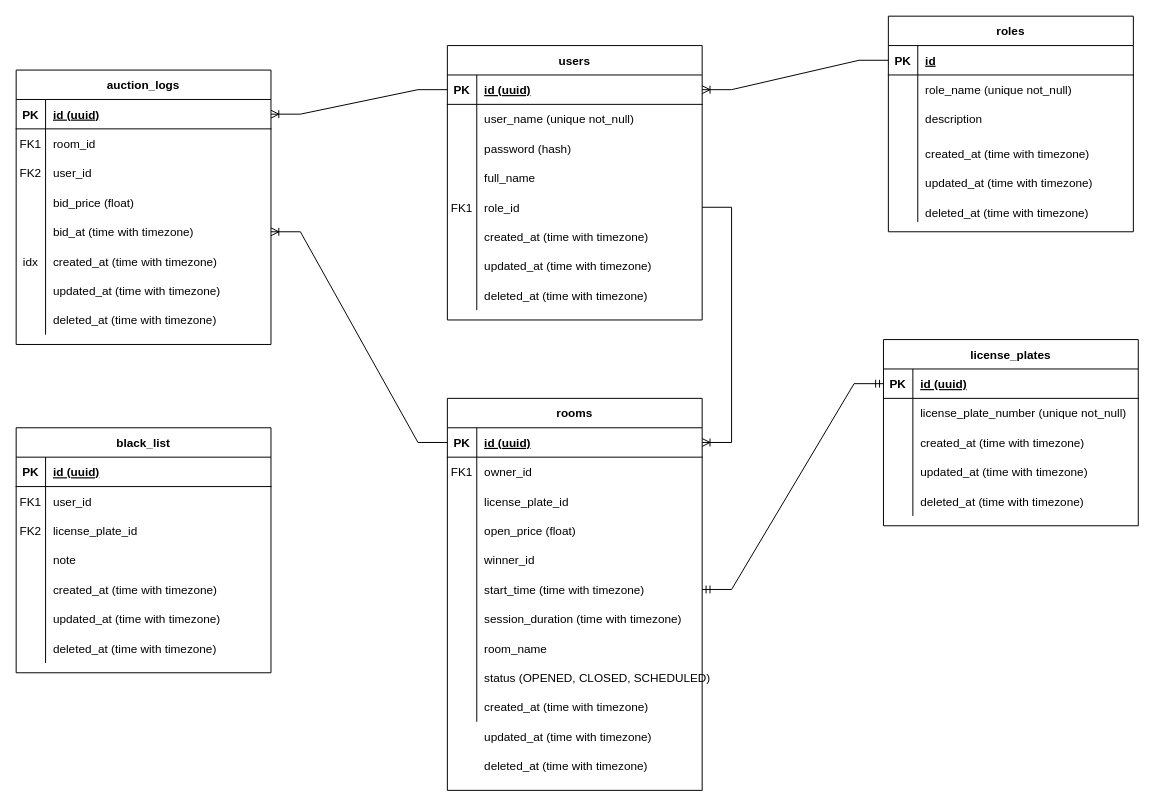
nkien0204/diagrams keeps this draw.io diagram as license_plate_auction/Untitled Diagram.drawio. Above is the earlier version. Source tidied: cells renumbered, new cells numbered last; positions are measured from the earlier drawing's top-left corner, leaving out a move shared by most shapes. Both pictures are drawn from the tidied source at 98%, with x=0, y=0 at pixel (16, 16).
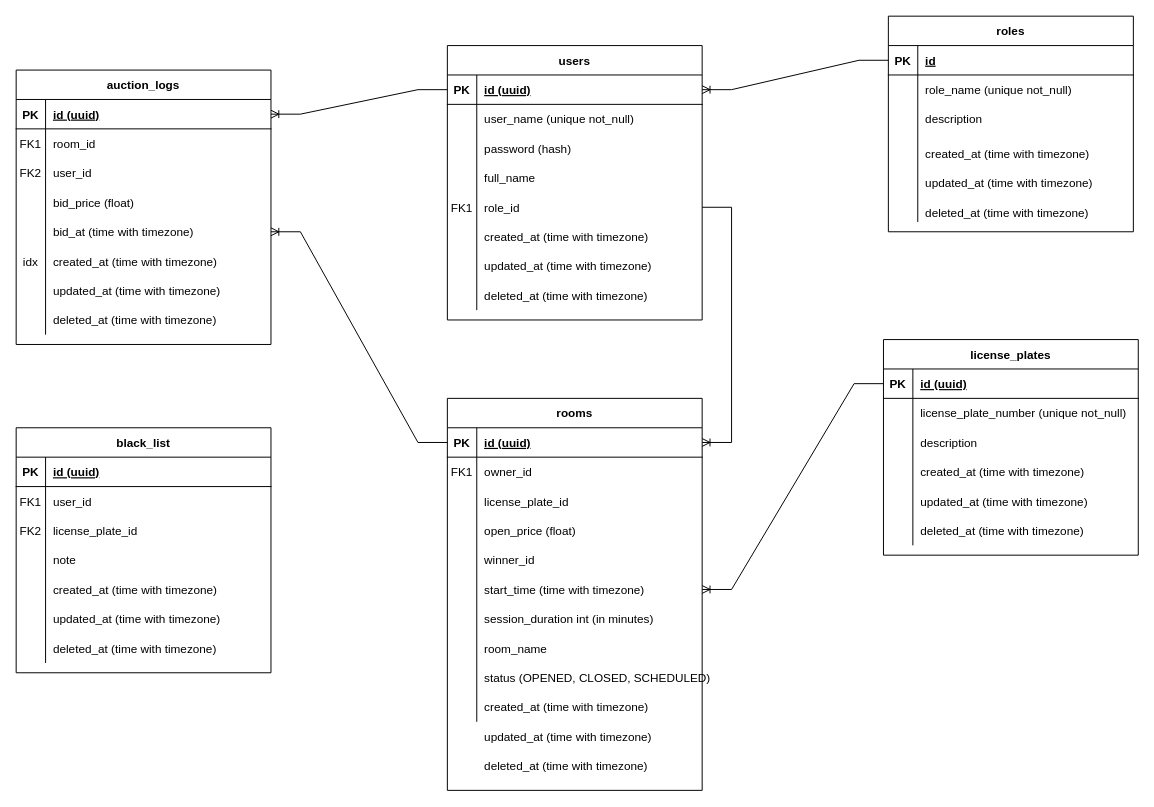
Above is the later version.

Unchanged cells that the change refers to:
```xml
<mxCell id="34" style="shape=partialRectangle;fillColor=none;points=[[0,0.5],[1,0.5]];portConstraint=eastwest;top=0;left=0;right=0;bottom=0;" parent="30" vertex="1">
  <mxGeometry y="60" width="260" height="270" as="geometry" />
</mxCell>
<mxCell id="49" style="shape=partialRectangle;fillColor=none;points=[[0,0.5],[1,0.5]];portConstraint=eastwest;top=0;left=0;right=0;bottom=1;" parent="48" vertex="1">
  <mxGeometry y="30" width="260" height="30" as="geometry" />
</mxCell>
```

The edit, as a diff of the source:
```diff
@@
-    <mxCell id="46" value="session_duration (time with timezone)" style="shape=partialRectangle;overflow=hidden;fillColor=none;top=0;left=0;bottom=0;right=0;align=left;spacingLeft=6;" parent="1" vertex="1">
+    <mxCell id="46" value="session_duration int (in minutes)" style="shape=partialRectangle;overflow=hidden;fillColor=none;top=0;left=0;bottom=0;right=0;align=left;spacingLeft=6;" parent="1" vertex="1">
       <mxGeometry x="470" y="600" width="220" height="30" as="geometry" />
     </mxCell>
@@
     <mxCell id="48" value="license_plates" style="shape=table;startSize=30;childLayout=tableLayout;rowLines=0;fontStyle=1;align=center;" parent="1" vertex="1">
-      <mxGeometry x="885" y="330" width="260" height="190" as="geometry" />
+      <mxGeometry x="885" y="330" width="260" height="220" as="geometry" />
     </mxCell>
@@
     <mxCell id="52" style="shape=partialRectangle;fillColor=none;top=0;left=0;right=0;bottom=0;" parent="48" vertex="1">
-      <mxGeometry y="60" width="260" height="120" as="geometry" />
+      <mxGeometry y="60" width="260" height="150" as="geometry" />
     </mxCell>
     <mxCell id="53" style="shape=partialRectangle;overflow=hidden;fillColor=none;top=0;left=0;bottom=0;right=0;" parent="52" vertex="1">
-      <mxGeometry width="30" height="120" as="geometry" />
+      <mxGeometry width="30" height="150" as="geometry" />
     </mxCell>
     <mxCell id="54" style="shape=partialRectangle;overflow=hidden;fillColor=none;top=0;left=0;bottom=0;right=0;align=left;spacingLeft=6;" parent="52" vertex="1">
-      <mxGeometry x="30" width="230" height="120" as="geometry" />
+      <mxGeometry x="30" width="230" height="150" as="geometry" />
     </mxCell>
@@
     <mxCell id="56" value="created_at (time with timezone)" style="shape=partialRectangle;overflow=hidden;fillColor=none;top=0;left=0;bottom=0;right=0;align=left;spacingLeft=6;" parent="1" vertex="1">
-      <mxGeometry x="915" y="420" width="220" height="30" as="geometry" />
+      <mxGeometry x="915" y="450" width="220" height="30" as="geometry" />
     </mxCell>
     <mxCell id="57" value="updated_at (time with timezone)" style="shape=partialRectangle;overflow=hidden;fillColor=none;top=0;left=0;bottom=0;right=0;align=left;spacingLeft=6;" parent="1" vertex="1">
-      <mxGeometry x="915" y="450" width="220" height="30" as="geometry" />
+      <mxGeometry x="915" y="480" width="220" height="30" as="geometry" />
     </mxCell>
     <mxCell id="58" value="deleted_at (time with timezone)" style="shape=partialRectangle;overflow=hidden;fillColor=none;top=0;left=0;bottom=0;right=0;align=left;spacingLeft=6;" parent="1" vertex="1">
-      <mxGeometry x="915" y="480" width="220" height="30" as="geometry" />
+      <mxGeometry x="915" y="510" width="220" height="30" as="geometry" />
     </mxCell>
-    <mxCell id="59" style="edgeStyle=entityRelationEdgeStyle;fontSize=12;html=1;endArrow=ERmandOne;startArrow=ERmandOne;rounded=0;entryX=0;entryY=0.5;entryDx=0;entryDy=0;exitX=1;exitY=0.5;exitDx=0;exitDy=0;" parent="1" edge="1" source="34" target="49">
-      <mxGeometry relative="1" as="geometry" />
-    </mxCell>
@@
+    <mxCell id="96" value="description" style="shape=partialRectangle;overflow=hidden;fillColor=none;top=0;left=0;bottom=0;right=0;align=left;spacingLeft=6;" parent="1" vertex="1">
+      <mxGeometry x="915" y="420" width="220" height="30" as="geometry" />
+    </mxCell>
+    <mxCell id="97" style="edgeStyle=entityRelationEdgeStyle;fontSize=12;html=1;endArrow=ERoneToMany;rounded=0;entryX=1;entryY=0.5;entryDx=0;entryDy=0;exitX=0;exitY=0.5;exitDx=0;exitDy=0;" parent="1" edge="1" source="49" target="34">
+      <mxGeometry relative="1" as="geometry">
+        <Array as="points">
+          <mxPoint x="375" y="575" />
+        </Array>
+      </mxGeometry>
+    </mxCell>
```
